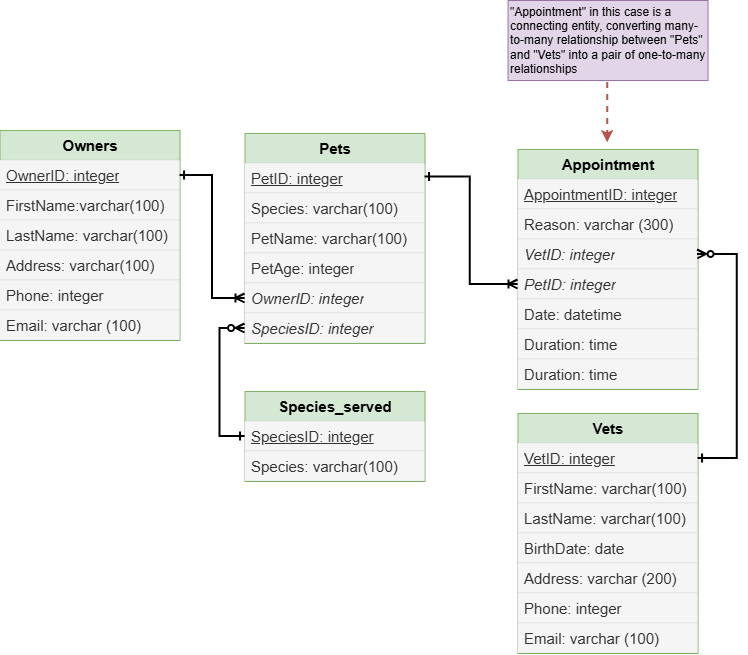
The draw.io diagram DBModeling_homework2/ER_diagram.png in yliyaa09102007-oss/inno-de-lab-aug-2026_Yuliya_Kozhemyakina-, before a commit. Source tidied: cells renumbered, new cells last; positions are measured from the earlier drawing's top-left corner, leaving out a move shared by most shapes.
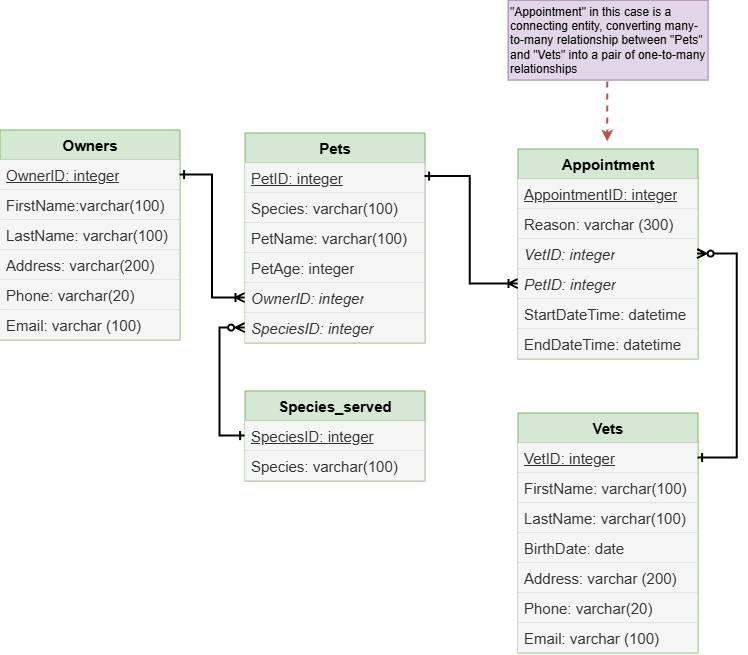
Above is the later version.

Change to the diagram source:
```diff
@@ -14,10 +14,10 @@
     <mxCell id="5" value="&lt;font style=&quot;font-size: 15px;&quot;&gt;LastName: varchar(100)&lt;/font&gt;" style="text;strokeColor=#666666;fillColor=#f5f5f5;align=left;verticalAlign=middle;spacingLeft=4;spacingRight=4;overflow=hidden;whiteSpace=wrap;html=1;fontColor=#333333;strokeWidth=0;" parent="2" vertex="1">
       <mxGeometry y="90" width="180" height="30" as="geometry" />
     </mxCell>
-    <mxCell id="6" value="&lt;font style=&quot;font-size: 15px;&quot;&gt;Address: varchar(100)&lt;/font&gt;" style="text;strokeColor=#666666;fillColor=#f5f5f5;align=left;verticalAlign=middle;spacingLeft=4;spacingRight=4;overflow=hidden;whiteSpace=wrap;html=1;fontColor=#333333;strokeWidth=0;" parent="2" vertex="1">
+    <mxCell id="6" value="&lt;font style=&quot;font-size: 15px;&quot;&gt;Address: varchar(200)&lt;/font&gt;" style="text;strokeColor=#666666;fillColor=#f5f5f5;align=left;verticalAlign=middle;spacingLeft=4;spacingRight=4;overflow=hidden;whiteSpace=wrap;html=1;fontColor=#333333;strokeWidth=0;" parent="2" vertex="1">
       <mxGeometry y="120" width="180" height="30" as="geometry" />
     </mxCell>
-    <mxCell id="7" value="&lt;font style=&quot;font-size: 15px;&quot;&gt;Phone: integer&lt;/font&gt;" style="text;strokeColor=#666666;fillColor=#f5f5f5;align=left;verticalAlign=middle;spacingLeft=4;spacingRight=4;overflow=hidden;whiteSpace=wrap;html=1;fontColor=#333333;strokeWidth=0;" parent="2" vertex="1">
+    <mxCell id="7" value="&lt;font style=&quot;font-size: 15px;&quot;&gt;Phone: varchar(20)&lt;/font&gt;" style="text;strokeColor=#666666;fillColor=#f5f5f5;align=left;verticalAlign=middle;spacingLeft=4;spacingRight=4;overflow=hidden;whiteSpace=wrap;html=1;fontColor=#333333;strokeWidth=0;" parent="2" vertex="1">
       <mxGeometry y="150" width="180" height="30" as="geometry" />
     </mxCell>
     <mxCell id="8" value="&lt;font style=&quot;font-size: 15px;&quot;&gt;Email: varchar (100)&lt;/font&gt;" style="text;strokeColor=#666666;fillColor=#f5f5f5;align=left;verticalAlign=middle;spacingLeft=4;spacingRight=4;overflow=hidden;whiteSpace=wrap;html=1;fontColor=#333333;strokeWidth=0;" parent="2" vertex="1">
@@ -62,14 +62,14 @@
     <mxCell id="21" value="&lt;span style=&quot;font-size: 15px;&quot;&gt;Address: varchar (200)&lt;/span&gt;" style="text;strokeColor=#666666;fillColor=#f5f5f5;align=left;verticalAlign=middle;spacingLeft=4;spacingRight=4;overflow=hidden;whiteSpace=wrap;html=1;fontColor=#333333;strokeWidth=0;" parent="16" vertex="1">
       <mxGeometry y="150" width="180" height="30" as="geometry" />
     </mxCell>
-    <mxCell id="22" value="&lt;span style=&quot;font-size: 15px;&quot;&gt;Phone: integer&lt;/span&gt;" style="text;strokeColor=#666666;fillColor=#f5f5f5;align=left;verticalAlign=middle;spacingLeft=4;spacingRight=4;overflow=hidden;whiteSpace=wrap;html=1;fontColor=#333333;strokeWidth=0;" parent="16" vertex="1">
+    <mxCell id="22" value="&lt;span style=&quot;font-size: 15px;&quot;&gt;Phone: varchar(20)&lt;/span&gt;" style="text;strokeColor=#666666;fillColor=#f5f5f5;align=left;verticalAlign=middle;spacingLeft=4;spacingRight=4;overflow=hidden;whiteSpace=wrap;html=1;fontColor=#333333;strokeWidth=0;" parent="16" vertex="1">
       <mxGeometry y="180" width="180" height="30" as="geometry" />
     </mxCell>
     <mxCell id="23" value="&lt;span style=&quot;font-size: 15px;&quot;&gt;Email: varchar (100)&lt;/span&gt;" style="text;strokeColor=#666666;fillColor=#f5f5f5;align=left;verticalAlign=middle;spacingLeft=4;spacingRight=4;overflow=hidden;whiteSpace=wrap;html=1;fontColor=#333333;strokeWidth=0;" parent="16" vertex="1">
       <mxGeometry y="210" width="180" height="30" as="geometry" />
     </mxCell>
     <mxCell id="24" value="&lt;font style=&quot;font-size: 15px;&quot;&gt;&lt;b&gt;Appointment&lt;/b&gt;&lt;/font&gt;" style="swimlane;fontStyle=0;horizontal=1;startSize=30;whiteSpace=wrap;html=1;fillColor=#d5e8d4;strokeColor=#82b366;strokeWidth=1;swimlaneFillColor=none;" parent="1" vertex="1">
-      <mxGeometry x="518" y="149" width="180" height="240" as="geometry" />
+      <mxGeometry x="518" y="149" width="180" height="210" as="geometry" />
     </mxCell>
     <mxCell id="25" value="&lt;font style=&quot;font-size: 15px;&quot;&gt;&lt;u&gt;AppointmentID: integer&lt;/u&gt;&lt;/font&gt;" style="text;strokeColor=#666666;fillColor=#f5f5f5;align=left;verticalAlign=middle;spacingLeft=4;spacingRight=4;overflow=hidden;whiteSpace=wrap;html=1;fontColor=#333333;strokeWidth=0;" parent="24" vertex="1">
       <mxGeometry y="30" width="180" height="30" as="geometry" />
@@ -83,15 +83,12 @@
     <mxCell id="28" value="&lt;span style=&quot;font-size: 15px;&quot;&gt;&lt;i&gt;PetID: integer&lt;/i&gt;&lt;/span&gt;" style="text;strokeColor=#666666;fillColor=#f5f5f5;align=left;verticalAlign=middle;spacingLeft=4;spacingRight=4;overflow=hidden;points=[[0,0.5],[1,0.5]];portConstraint=eastwest;whiteSpace=wrap;html=1;fontColor=#333333;strokeWidth=0;" parent="24" vertex="1">
       <mxGeometry y="120" width="180" height="30" as="geometry" />
     </mxCell>
-    <mxCell id="29" value="&lt;font style=&quot;font-size: 15px;&quot;&gt;Date: datetime&lt;/font&gt;" style="text;strokeColor=#666666;fillColor=#f5f5f5;align=left;verticalAlign=middle;spacingLeft=4;spacingRight=4;overflow=hidden;whiteSpace=wrap;html=1;fontColor=#333333;strokeWidth=0;" parent="24" vertex="1">
+    <mxCell id="29" value="&lt;font style=&quot;font-size: 15px;&quot;&gt;StartDateTime: datetime&lt;/font&gt;" style="text;strokeColor=#666666;fillColor=#f5f5f5;align=left;verticalAlign=middle;spacingLeft=4;spacingRight=4;overflow=hidden;whiteSpace=wrap;html=1;fontColor=#333333;strokeWidth=0;" parent="24" vertex="1">
       <mxGeometry y="150" width="180" height="30" as="geometry" />
     </mxCell>
-    <mxCell id="30" value="&lt;font style=&quot;font-size: 15px;&quot;&gt;Duration: time&lt;/font&gt;" style="text;strokeColor=#666666;fillColor=#f5f5f5;align=left;verticalAlign=middle;spacingLeft=4;spacingRight=4;overflow=hidden;whiteSpace=wrap;html=1;fontColor=#333333;strokeWidth=0;" parent="24" vertex="1">
+    <mxCell id="30" value="&lt;span style=&quot;font-size: 15px;&quot;&gt;EndDateTime: datetime&lt;/span&gt;" style="text;strokeColor=#666666;fillColor=#f5f5f5;align=left;verticalAlign=middle;spacingLeft=4;spacingRight=4;overflow=hidden;whiteSpace=wrap;html=1;fontColor=#333333;strokeWidth=0;" parent="24" vertex="1">
       <mxGeometry y="180" width="180" height="30" as="geometry" />
     </mxCell>
-    <mxCell id="31" value="&lt;font style=&quot;font-size: 15px;&quot;&gt;Duration: time&lt;/font&gt;" style="text;strokeColor=#666666;fillColor=#f5f5f5;align=left;verticalAlign=middle;spacingLeft=4;spacingRight=4;overflow=hidden;whiteSpace=wrap;html=1;fontColor=#333333;strokeWidth=0;" parent="24" vertex="1">
-      <mxGeometry y="210" width="180" height="30" as="geometry" />
-    </mxCell>
     <mxCell id="32" style="endArrow=classic;html=1;rounded=0;fillColor=#f8cecc;strokeColor=#b85450;strokeWidth=2;dashed=1;" parent="1" edge="1">
       <mxGeometry relative="1" as="geometry">
         <mxPoint x="607.6" y="82" as="sourcePoint" />
```
